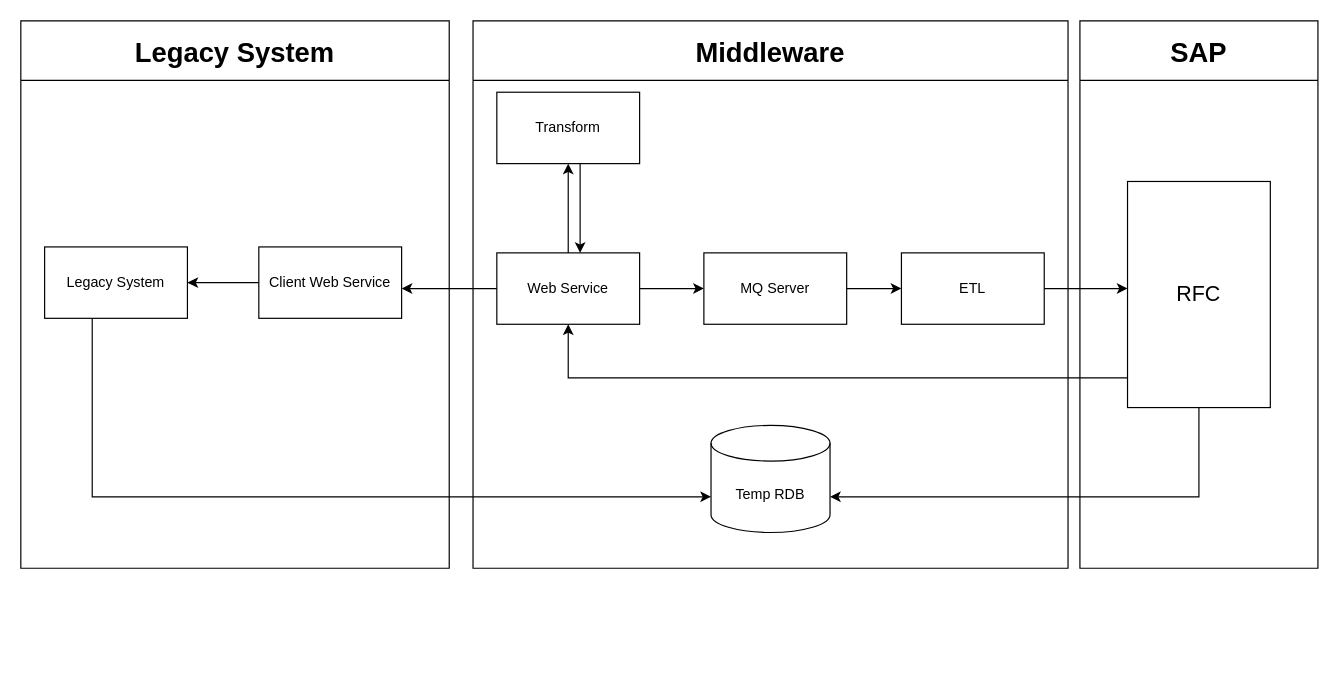
Before: 架構圖.drawio in jaxman020/SDD, a draw.io diagram. Source tidied: cells renumbered, new cells numbered last; positions are measured from the earlier drawing's top-left corner, leaving out a move shared by most shapes. Both pictures are drawn from the tidied source at 119%, with x=0, y=0 at pixel (20, 20).
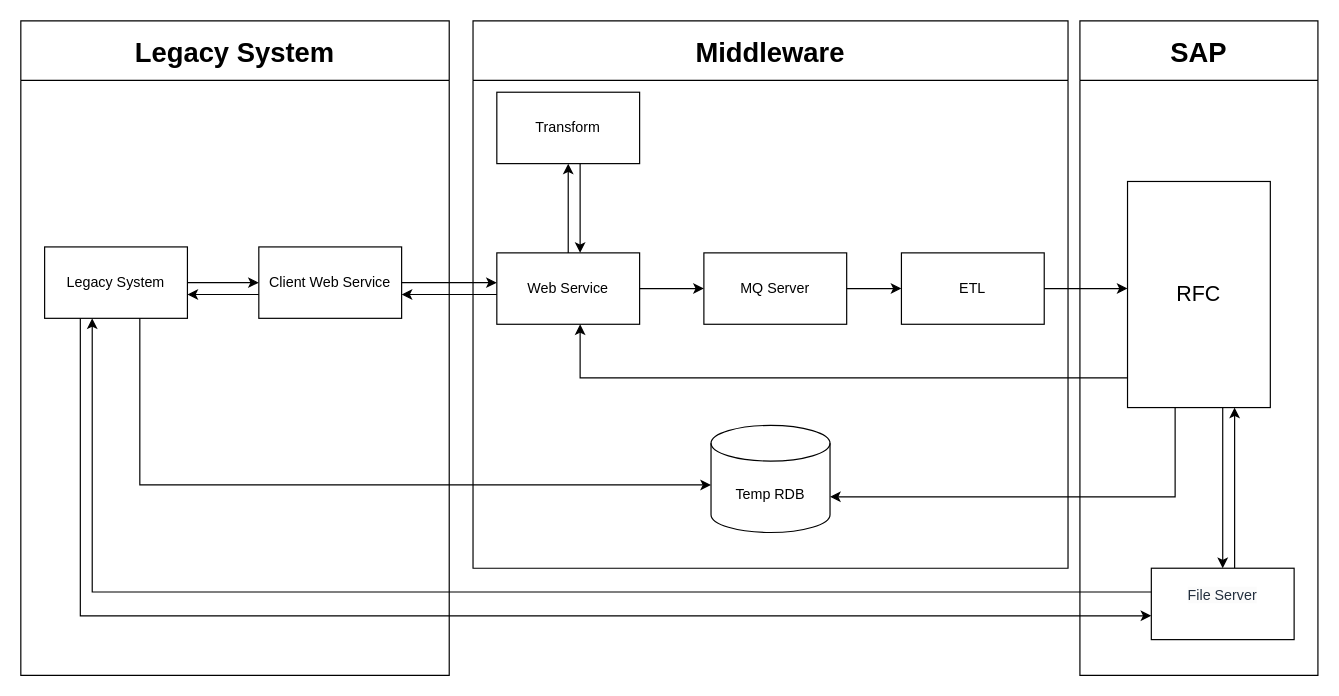
The same page after the edit.

Commit message:
更新架構圖.drawio

The change refers to these unchanged cells:
```xml
<mxCell id="3" value="Legacy System" style="rounded=0;whiteSpace=wrap;html=1;" parent="2" vertex="1">
  <mxGeometry x="20" y="190" width="120" height="60" as="geometry" />
</mxCell>
<mxCell id="4" value="Client Web Service" style="rounded=0;whiteSpace=wrap;html=1;" parent="2" vertex="1">
  <mxGeometry x="200" y="190" width="120" height="60" as="geometry" />
</mxCell>
<mxCell id="7" value="Temp RDB" style="shape=cylinder3;whiteSpace=wrap;html=1;boundedLbl=1;backgroundOutline=1;size=15;" parent="6" vertex="1">
  <mxGeometry x="200" y="340" width="100" height="90" as="geometry" />
</mxCell>
<mxCell id="9" value="Web Service" style="rounded=0;whiteSpace=wrap;html=1;" parent="6" vertex="1">
  <mxGeometry x="20" y="195" width="120" height="60" as="geometry" />
</mxCell>
<mxCell id="14" value="ETL" style="rounded=0;whiteSpace=wrap;html=1;" parent="6" vertex="1">
  <mxGeometry x="360" y="195" width="120" height="60" as="geometry" />
</mxCell>
<mxCell id="17" value="RFC" style="rounded=0;whiteSpace=wrap;html=1;fontSize=18;" parent="16" vertex="1">
  <mxGeometry x="40" y="135" width="120" height="190" as="geometry" />
</mxCell>
```

The edit, as a diff of the source:
```diff
@@
     <mxCell id="2" value="Legacy System" style="swimlane;startSize=50;fontSize=23;" parent="1" vertex="1">
-      <mxGeometry width="360" height="460" as="geometry" />
+      <mxGeometry width="360" height="550" as="geometry" />
     </mxCell>
+    <mxCell id="23" style="edgeStyle=orthogonalEdgeStyle;rounded=0;jettySize=auto;html=1;" parent="2" edge="1" source="3" target="4">
+      <mxGeometry relative="1" as="geometry" />
+    </mxCell>
@@
     <mxCell id="5" style="edgeStyle=orthogonalEdgeStyle;rounded=0;jettySize=auto;html=1;" parent="2" edge="1" source="4" target="3">
-      <mxGeometry relative="1" as="geometry" />
+      <mxGeometry relative="1" as="geometry">
+        <Array as="points">
+          <mxPoint x="170" y="230" />
+          <mxPoint x="170" y="230" />
+        </Array>
+      </mxGeometry>
     </mxCell>
@@
     <mxCell id="16" value="SAP" style="swimlane;fontSize=23;startSize=50;" parent="1" vertex="1">
-      <mxGeometry x="890" width="200" height="460" as="geometry" />
+      <mxGeometry x="890" width="200" height="550" as="geometry" />
     </mxCell>
+    <mxCell id="24" style="edgeStyle=orthogonalEdgeStyle;rounded=0;jettySize=auto;html=1;" parent="16" edge="1" source="17" target="26">
+      <mxGeometry relative="1" as="geometry">
+        <Array as="points">
+          <mxPoint x="120" y="390" />
+          <mxPoint x="120" y="390" />
+        </Array>
+      </mxGeometry>
+    </mxCell>
@@
+    <mxCell id="25" style="edgeStyle=orthogonalEdgeStyle;rounded=0;jettySize=auto;html=1;" parent="16" edge="1" source="26" target="17">
+      <mxGeometry relative="1" as="geometry">
+        <Array as="points">
+          <mxPoint x="130" y="430" />
+          <mxPoint x="130" y="430" />
+        </Array>
+      </mxGeometry>
+    </mxCell>
+    <mxCell id="26" value="&#10;&lt;span style=&quot;color: rgb(35, 47, 62); font-family: Helvetica; font-size: 12px; font-style: normal; font-variant-ligatures: normal; font-variant-caps: normal; font-weight: 400; letter-spacing: normal; orphans: 2; text-align: center; text-indent: 0px; text-transform: none; widows: 2; word-spacing: 0px; -webkit-text-stroke-width: 0px; background-color: rgb(251, 251, 251); text-decoration-thickness: initial; text-decoration-style: initial; text-decoration-color: initial; float: none; display: inline !important;&quot;&gt;File Server&lt;/span&gt;&#10;&#10;" style="rounded=0;whiteSpace=wrap;html=1;" parent="16" vertex="1">
+      <mxGeometry x="60" y="460" width="120" height="60" as="geometry" />
+    </mxCell>
     <mxCell id="18" style="edgeStyle=orthogonalEdgeStyle;rounded=0;jettySize=auto;html=1;" parent="1" edge="1" source="9" target="4">
       <mxGeometry relative="1" as="geometry">
         <Array as="points">
-          <mxPoint x="310" y="220" />
-          <mxPoint x="310" y="220" />
+          <mxPoint x="360" y="230" />
+          <mxPoint x="360" y="230" />
         </Array>
       </mxGeometry>
     </mxCell>
     <mxCell id="19" style="edgeStyle=orthogonalEdgeStyle;rounded=0;jettySize=auto;html=1;" parent="1" edge="1" source="17" target="9">
       <mxGeometry relative="1" as="geometry">
         <Array as="points">
-          <mxPoint x="460" y="300" />
+          <mxPoint x="470" y="300" />
         </Array>
       </mxGeometry>
     </mxCell>
     <mxCell id="20" style="edgeStyle=orthogonalEdgeStyle;rounded=0;jettySize=auto;html=1;" parent="1" edge="1" source="17" target="7">
       <mxGeometry relative="1" as="geometry">
         <Array as="points">
-          <mxPoint x="990" y="400" />
+          <mxPoint x="970" y="400" />
         </Array>
       </mxGeometry>
     </mxCell>
+    <mxCell id="27" style="edgeStyle=orthogonalEdgeStyle;rounded=0;jettySize=auto;html=1;" parent="1" edge="1" source="3" target="26">
+      <mxGeometry relative="1" as="geometry">
+        <Array as="points">
+          <mxPoint x="50" y="500" />
+        </Array>
+      </mxGeometry>
+    </mxCell>
+    <mxCell id="28" style="edgeStyle=orthogonalEdgeStyle;rounded=0;jettySize=auto;html=1;" parent="1" edge="1" source="26" target="3">
+      <mxGeometry relative="1" as="geometry">
+        <Array as="points">
+          <mxPoint x="60" y="480" />
+        </Array>
+      </mxGeometry>
+    </mxCell>
+    <mxCell id="29" style="edgeStyle=orthogonalEdgeStyle;rounded=0;jettySize=auto;html=1;" parent="1" edge="1" source="4" target="9">
+      <mxGeometry relative="1" as="geometry">
+        <Array as="points">
+          <mxPoint x="380" y="220" />
+          <mxPoint x="380" y="220" />
+        </Array>
+      </mxGeometry>
+    </mxCell>
     <mxCell id="21" style="edgeStyle=orthogonalEdgeStyle;rounded=0;jettySize=auto;html=1;" parent="1" edge="1" source="14" target="17">
       <mxGeometry relative="1" as="geometry">
         <Array as="points">
-          <mxPoint x="900" y="225" />
-          <mxPoint x="900" y="225" />
+          <mxPoint x="940" y="220" />
+          <mxPoint x="940" y="220" />
         </Array>
       </mxGeometry>
     </mxCell>
-    <mxCell id="22" style="edgeStyle=orthogonalEdgeStyle;rounded=0;jettySize=auto;html=1;entryX=0;entryY=0;entryDx=0;entryDy=60;entryPerimeter=0;" parent="1" edge="1" source="3" target="7">
+    <mxCell id="22" style="edgeStyle=orthogonalEdgeStyle;rounded=0;jettySize=auto;html=1;" parent="1" edge="1" source="3" target="7">
       <mxGeometry relative="1" as="geometry">
         <Array as="points">
-          <mxPoint x="60" y="400" />
+          <mxPoint x="100" y="390" />
         </Array>
       </mxGeometry>
     </mxCell>
```
